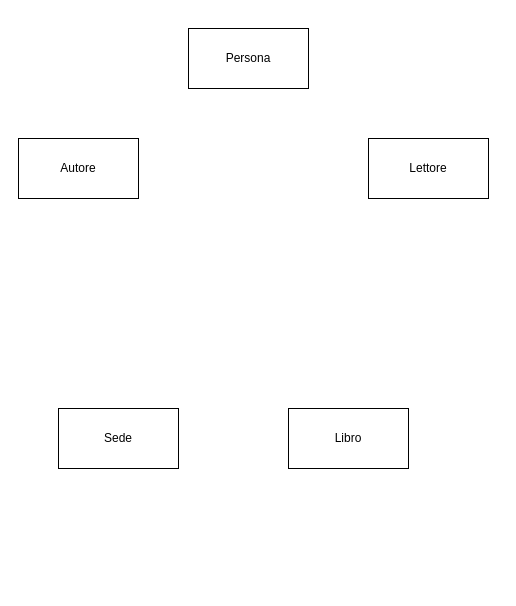
jaczao/library-management-system keeps this draw.io diagram as Untitled Diagram.drawio. Above is the earlier version. Source tidied: cells renumbered, new cells numbered last; positions are measured from the earlier drawing's top-left corner, leaving out a move shared by most shapes. Both pictures are drawn from the tidied source at 100%, with x=0, y=0 at pixel (18, 28).
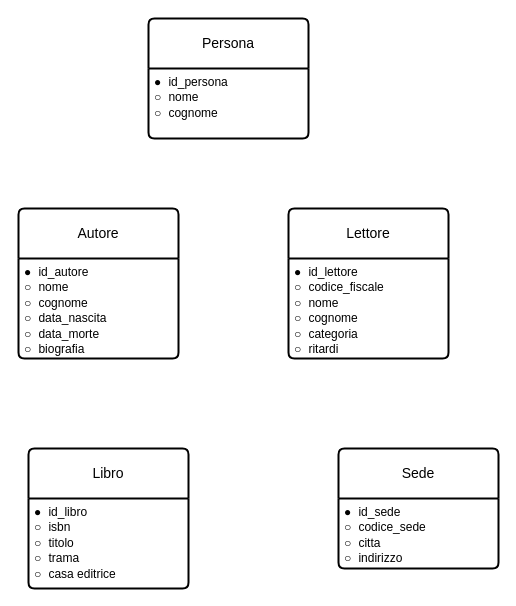
Above is the later version.

Diff of the diagram source:
```diff
@@
 <mxGraphModel>
   <root>
     <mxCell id="0" />
     <mxCell id="1" parent="0" />
-    <mxCell id="2" style="group;" parent="1" vertex="1">
-      <mxGeometry x="40" y="380" width="120" height="60" as="geometry" />
-    </mxCell>
-    <mxCell id="3" style="rounded=0;whiteSpace=wrap;html=1;" parent="2" vertex="1">
-      <mxGeometry width="120" height="60" as="geometry" />
-    </mxCell>
+    <mxCell id="16" value="Libro" style="swimlane;horizontal=1;startSize=50;rounded=1;fontSize=14;fontStyle=0;strokeWidth=2;shadow=0;dashed=0;align=center;arcSize=4;whiteSpace=wrap;html=1;" parent="1" vertex="1">
+      <mxGeometry x="10" y="420" width="160" height="140" as="geometry" />
+    </mxCell>
+    <mxCell id="17" value="&lt;code style=&quot;white-space: normal;&quot;&gt;●&amp;nbsp;&lt;/code&gt;id_libro&lt;br&gt;&lt;code style=&quot;white-space: normal;&quot;&gt;○&amp;nbsp;&lt;/code&gt;isbn&lt;br&gt;&lt;code style=&quot;white-space: normal;&quot;&gt;○&amp;nbsp;&lt;/code&gt;titolo&lt;br&gt;&lt;div&gt;&lt;code style=&quot;white-space: normal;&quot;&gt;○&amp;nbsp;&lt;/code&gt;trama&lt;br&gt;&lt;/div&gt;&lt;div&gt;&lt;code style=&quot;white-space: normal;&quot;&gt;○&amp;nbsp;&lt;/code&gt;casa editrice&lt;br&gt;&lt;/div&gt;" style="align=left;strokeColor=none;fillColor=none;spacingLeft=4;fontSize=12;verticalAlign=top;html=1;" parent="16" vertex="1">
+      <mxGeometry y="50" width="160" height="90" as="geometry" />
+    </mxCell>
+    <mxCell id="10" value="Autore" style="swimlane;horizontal=1;startSize=50;rounded=1;fontSize=14;fontStyle=0;strokeWidth=2;shadow=0;dashed=0;align=center;arcSize=4;whiteSpace=wrap;html=1;" parent="1" vertex="1">
+      <mxGeometry y="180" width="160" height="150" as="geometry" />
+    </mxCell>
+    <mxCell id="18" value="&lt;code style=&quot;white-space: normal;&quot;&gt;●&amp;nbsp;&lt;/code&gt;id_autore&lt;br&gt;&lt;code style=&quot;white-space: normal;&quot;&gt;○&amp;nbsp;&lt;/code&gt;nome&lt;br&gt;&lt;code style=&quot;white-space: normal;&quot;&gt;○&amp;nbsp;&lt;/code&gt;cognome&lt;br&gt;&lt;div&gt;&lt;code style=&quot;white-space: normal;&quot;&gt;○&amp;nbsp;&lt;/code&gt;data_nascita&lt;br&gt;&lt;/div&gt;&lt;div&gt;&lt;code style=&quot;white-space: normal;&quot;&gt;○&amp;nbsp;&lt;/code&gt;data_morte&lt;br&gt;&lt;/div&gt;&lt;div&gt;&lt;code style=&quot;white-space: normal;&quot;&gt;○&amp;nbsp;&lt;/code&gt;biografia&lt;br&gt;&lt;/div&gt;" style="align=left;strokeColor=none;fillColor=none;spacingLeft=4;fontSize=12;verticalAlign=top;html=1;" parent="10" vertex="1">
+      <mxGeometry y="50" width="160" height="100" as="geometry" />
+    </mxCell>
+    <mxCell id="7" value="Lettore" style="swimlane;horizontal=1;startSize=50;rounded=1;fontSize=14;fontStyle=0;strokeWidth=2;shadow=0;dashed=0;align=center;arcSize=4;whiteSpace=wrap;html=1;" parent="1" vertex="1">
+      <mxGeometry x="270" y="180" width="160" height="150" as="geometry" />
+    </mxCell>
+    <mxCell id="19" value="&lt;code style=&quot;white-space: normal;&quot;&gt;●&amp;nbsp;&lt;/code&gt;id_lettore&lt;br&gt;&lt;code style=&quot;white-space: normal;&quot;&gt;○&amp;nbsp;&lt;/code&gt;codice_fiscale&lt;br&gt;&lt;code style=&quot;white-space: normal;&quot;&gt;○&amp;nbsp;&lt;/code&gt;nome&lt;div&gt;&lt;div&gt;&lt;code style=&quot;white-space: normal;&quot;&gt;○&amp;nbsp;&lt;/code&gt;cognome&lt;br&gt;&lt;/div&gt;&lt;/div&gt;&lt;div&gt;&lt;code style=&quot;white-space: normal;&quot;&gt;○&amp;nbsp;&lt;/code&gt;categoria&lt;br&gt;&lt;/div&gt;&lt;div&gt;&lt;code style=&quot;white-space: normal;&quot;&gt;○&amp;nbsp;&lt;/code&gt;ritardi&lt;br&gt;&lt;/div&gt;" style="align=left;strokeColor=none;fillColor=none;spacingLeft=4;fontSize=12;verticalAlign=top;html=1;" parent="7" vertex="1">
+      <mxGeometry y="50" width="160" height="100" as="geometry" />
+    </mxCell>
-    <mxCell id="4" value="Sede" style="text;html=1;align=center;verticalAlign=middle;whiteSpace=wrap;rounded=0;" parent="2" vertex="1">
-      <mxGeometry x="30" y="15" width="60" height="30" as="geometry" />
+    <mxCell id="4" value="Sede" style="swimlane;horizontal=1;startSize=50;rounded=1;fontSize=14;fontStyle=0;strokeWidth=2;shadow=0;dashed=0;align=center;arcSize=4;whiteSpace=wrap;html=1;" parent="1" vertex="1">
+      <mxGeometry x="320" y="420" width="160" height="120" as="geometry" />
     </mxCell>
-    <mxCell id="5" style="group;" parent="1" vertex="1">
-      <mxGeometry x="350" y="110" width="120" height="60" as="geometry" />
-    </mxCell>
-    <mxCell id="6" style="rounded=0;whiteSpace=wrap;html=1;" parent="5" vertex="1">
-      <mxGeometry width="120" height="60" as="geometry" />
-    </mxCell>
-    <mxCell id="7" value="Lettore" style="text;html=1;align=center;verticalAlign=middle;whiteSpace=wrap;rounded=0;" parent="5" vertex="1">
-      <mxGeometry x="30" y="15" width="60" height="30" as="geometry" />
-    </mxCell>
-    <mxCell id="8" style="group;" parent="1" vertex="1">
-      <mxGeometry y="110" width="120" height="60" as="geometry" />
-    </mxCell>
-    <mxCell id="9" style="rounded=0;whiteSpace=wrap;html=1;" parent="8" vertex="1">
-      <mxGeometry width="120" height="60" as="geometry" />
-    </mxCell>
-    <mxCell id="10" value="Autore" style="text;html=1;align=center;verticalAlign=middle;whiteSpace=wrap;rounded=0;" parent="8" vertex="1">
-      <mxGeometry x="30" y="15" width="60" height="30" as="geometry" />
-    </mxCell>
-    <mxCell id="11" style="group;" parent="1" vertex="1">
-      <mxGeometry x="170" width="120" height="60" as="geometry" />
-    </mxCell>
-    <mxCell id="12" style="rounded=0;whiteSpace=wrap;html=1;" parent="11" vertex="1">
-      <mxGeometry width="120" height="60" as="geometry" />
-    </mxCell>
+    <mxCell id="20" value="&lt;code style=&quot;white-space: normal;&quot;&gt;●&amp;nbsp;&lt;/code&gt;id_sede&lt;br&gt;&lt;code style=&quot;white-space: normal;&quot;&gt;○&amp;nbsp;&lt;/code&gt;codice_sede&lt;br&gt;&lt;code style=&quot;white-space: normal;&quot;&gt;○&amp;nbsp;&lt;/code&gt;citta&lt;br&gt;&lt;div&gt;&lt;code style=&quot;white-space: normal;&quot;&gt;○&amp;nbsp;&lt;/code&gt;indirizzo&lt;br&gt;&lt;/div&gt;" style="align=left;strokeColor=none;fillColor=none;spacingLeft=4;fontSize=12;verticalAlign=top;html=1;" parent="4" vertex="1">
+      <mxGeometry y="50" width="160" height="70" as="geometry" />
+    </mxCell>
-    <mxCell id="13" value="Persona" style="text;html=1;align=center;verticalAlign=middle;whiteSpace=wrap;rounded=0;" parent="11" vertex="1">
-      <mxGeometry x="30" y="15" width="60" height="30" as="geometry" />
+    <mxCell id="13" value="Persona" style="swimlane;horizontal=1;startSize=50;rounded=1;fontSize=14;fontStyle=0;strokeWidth=2;shadow=0;dashed=0;align=center;arcSize=4;whiteSpace=wrap;html=1;" parent="1" vertex="1">
+      <mxGeometry x="130" y="-10" width="160" height="120" as="geometry" />
     </mxCell>
-    <mxCell id="14" style="group;" parent="1" vertex="1">
-      <mxGeometry x="270" y="380" width="120" height="60" as="geometry" />
-    </mxCell>
-    <mxCell id="15" style="rounded=0;whiteSpace=wrap;html=1;" parent="14" vertex="1">
-      <mxGeometry width="120" height="60" as="geometry" />
-    </mxCell>
-    <mxCell id="16" value="Libro" style="text;html=1;align=center;verticalAlign=middle;whiteSpace=wrap;rounded=0;" parent="14" vertex="1">
-      <mxGeometry x="30" y="15" width="60" height="30" as="geometry" />
-    </mxCell>
+    <mxCell id="21" value="&lt;code style=&quot;white-space: normal;&quot;&gt;●&amp;nbsp;&lt;/code&gt;id_persona&lt;br&gt;&lt;code style=&quot;white-space: normal;&quot;&gt;○&amp;nbsp;&lt;/code&gt;nome&lt;div&gt;&lt;code style=&quot;white-space: normal;&quot;&gt;○&amp;nbsp;&lt;/code&gt;cognome&lt;br&gt;&lt;/div&gt;" style="align=left;strokeColor=none;fillColor=none;spacingLeft=4;fontSize=12;verticalAlign=top;html=1;" parent="13" vertex="1">
+      <mxGeometry y="50" width="160" height="70" as="geometry" />
+    </mxCell>
   </root>
 </mxGraphModel>
```
